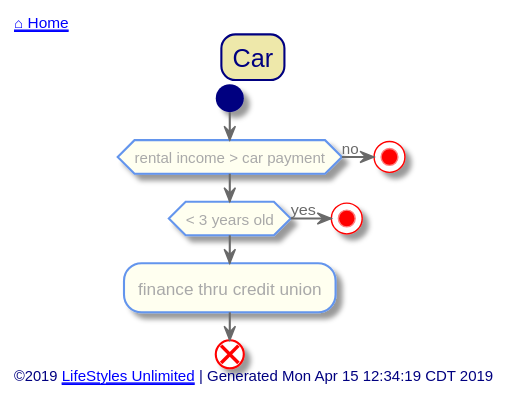
The PlantUML diagram out/src/unlimited-lifestyle/car.svg in toddmo/lifestylesunlimited, before a commit.
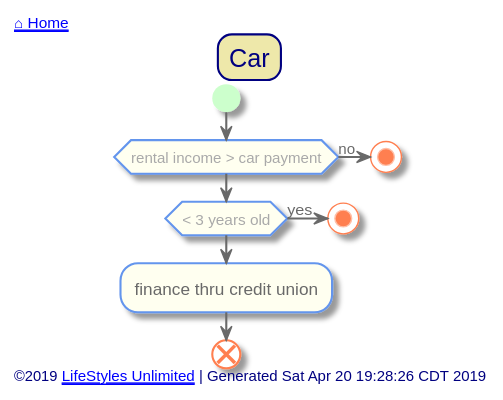
After the change.

The edit, as a diff of the source:
```diff
@@ -16,7 +16,8 @@
 skinparam activity {
   BackgroundColor Ivory
   BorderColor CornflowerBlue
-  FontColor DarkGray
+  FontColor DimGray
+
 
   Arrow {
     Color dimgray
@@ -24,11 +25,11 @@
   }
 
   Start {
-    Color Navy
+    Color PHYSICAL
   }
 
   End {
-    Color Red
+    Color Coral
   }
 
   Diamond {
@@ -46,13 +47,21 @@
 }
 
 skinparam Partition {
-  BackgroundColor DarkSeaGreen
+  BackgroundColor Ivory
   BorderColor CornflowerBlue
   BorderThickness 1
+  FontColor CornflowerBlue
+  FontSize 16
+  BorderRoundCorner 20
+}
+
+skinparam Note {
+  BackgroundColor LightSteelBlue
+  BorderColor CornflowerBlue
   FontColor White
-  FontSize 16
 }
-skinparam Note {
+
+skinparam Legend {
   BackgroundColor LightSteelBlue
   BorderColor CornflowerBlue
   FontColor White
@@ -85,8 +94,9 @@
 
 	end
 
+
 left footer
-	©2019 [[http://www.lifestylesunlimited.com LifeStyles Unlimited]] | Generated Mon Apr 15 12:34:19 CDT 2019
+	©2019 [[http://www.lifestylesunlimited.com LifeStyles Unlimited]] | Generated Sat Apr 20 19:28:26 CDT 2019
 endfooter
 
 
```
